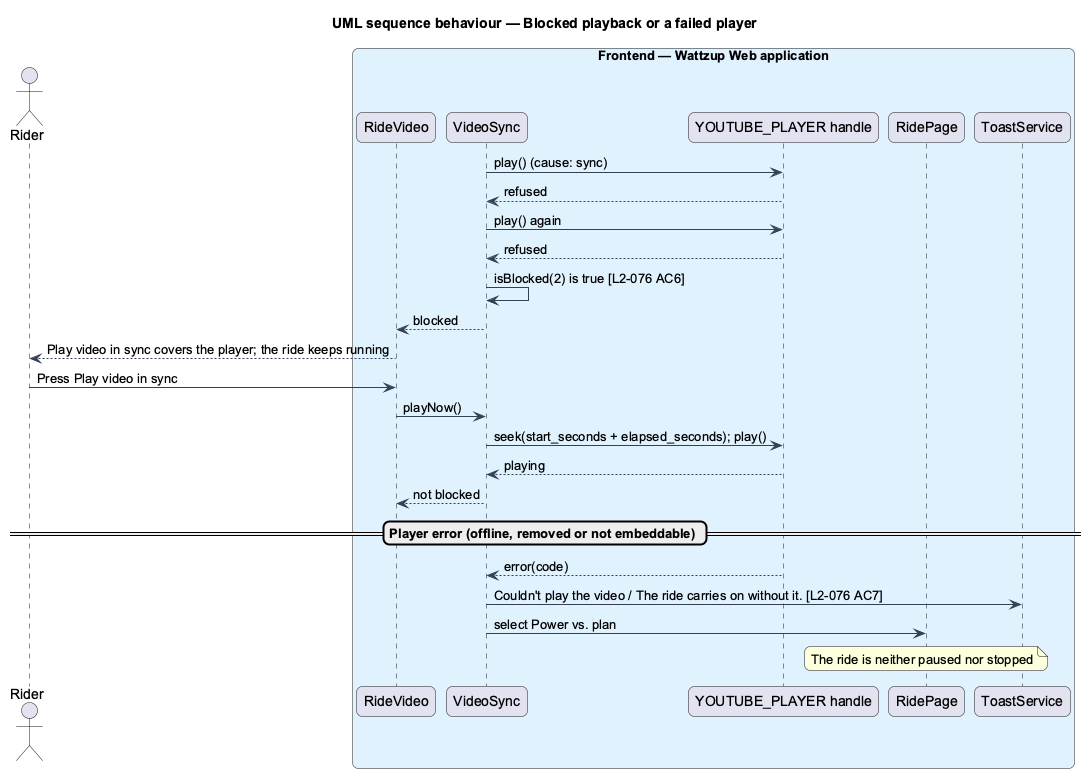
Before: docs/detailed-designs/workouts/ride-along-video/diagrams/sequence-blocked-or-failed.png, a diagram exported from PlantUML (QuinntyneBrown/ride-one). Its source is kept beside it as docs/detailed-designs/workouts/ride-along-video/diagrams/sequence-blocked-or-failed.puml. The source it was exported from:
```plantuml
@startuml
title UML sequence behaviour — Blocked playback or a failed player
skinparam backgroundColor #FFFFFF
skinparam shadowing false
skinparam roundcorner 12
skinparam defaultFontName Arial
skinparam ArrowColor #344054
actor "Rider" as rider
box "Frontend — Wattzup Web application" #E0F2FE
  participant "RideVideo" as view
  participant "VideoSync" as sync
  participant "YOUTUBE_PLAYER handle" as player
  participant "RidePage" as page
  participant "ToastService" as toasts
end box

sync -> player : play() (cause: sync)
player --> sync : refused
sync -> player : play() again
player --> sync : refused
sync -> sync : isBlocked(2) is true [L2-076 AC6]
sync --> view : blocked
view --> rider : Play video in sync covers the player; the ride keeps running
rider -> view : Press Play video in sync
view -> sync : playNow()
sync -> player : seek(start_seconds + elapsed_seconds); play()
player --> sync : playing
sync --> view : not blocked

== Player error (offline, removed or not embeddable) ==
player --> sync : error(code)
sync -> toasts : Couldn't play the video / The ride carries on without it. [L2-076 AC7]
sync -> page : select Power vs. plan
note over page : The ride is neither paused nor stopped
@enduml
```
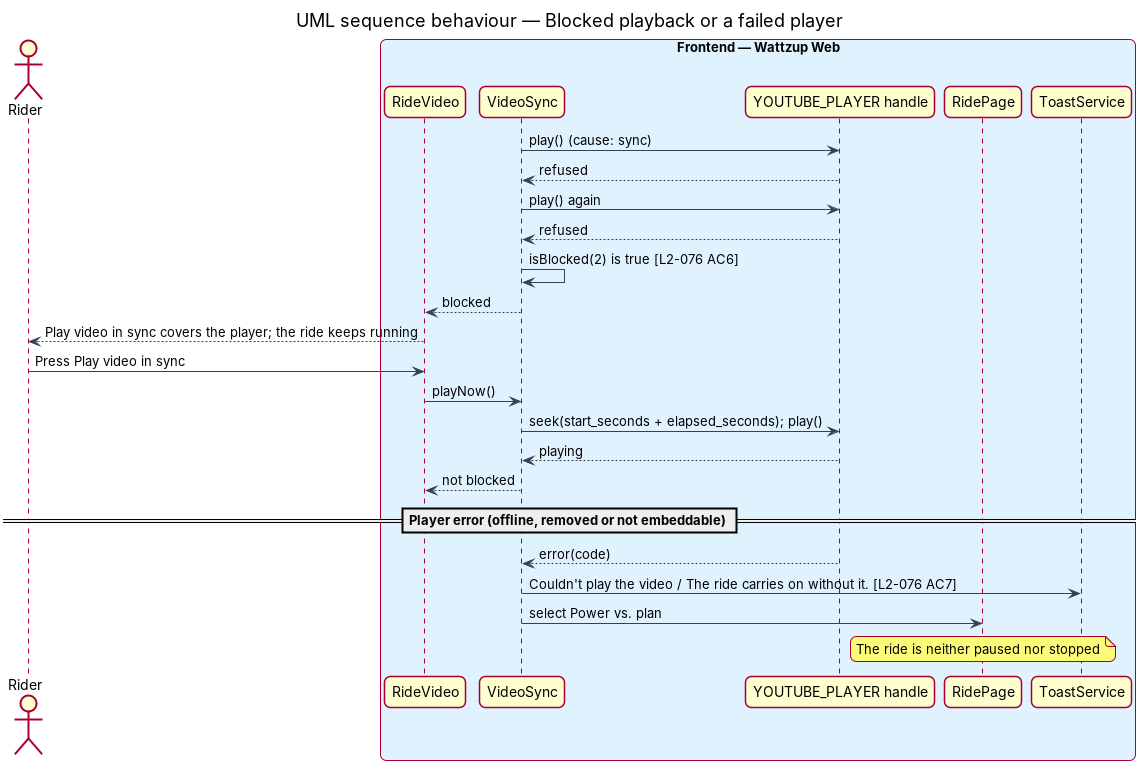
The same diagram one commit later.

The edit, as a diff of the source:
```diff
@@ -6,7 +6,7 @@
 skinparam defaultFontName Arial
 skinparam ArrowColor #344054
 actor "Rider" as rider
-box "Frontend — Wattzup Web application" #E0F2FE
+box "Frontend — Wattzup Web" #E0F2FE
   participant "RideVideo" as view
   participant "VideoSync" as sync
   participant "YOUTUBE_PLAYER handle" as player
```
